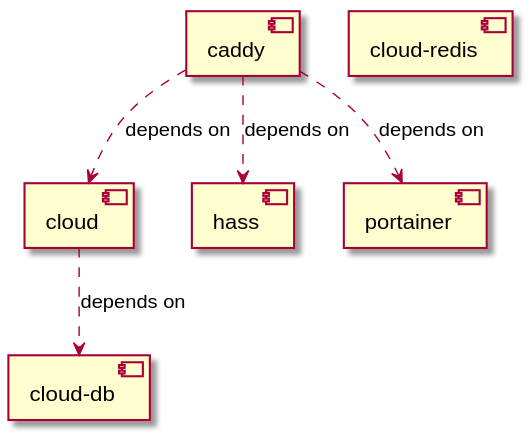
The PlantUML diagram services_graph.svg in CS-Tao/pi-services, before a commit.
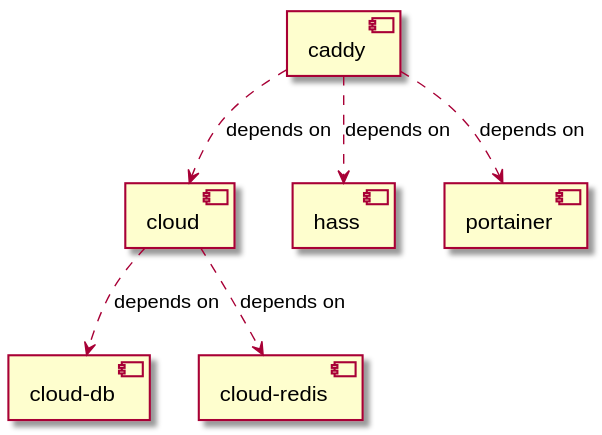
After the change.

Commit message:
Automated deployment: Mon Feb 10 13:03:29 UTC 2020 e1498e914d71a033a8df0020bf9247a3acbf8ca8

The edit, as a diff of the source:
```diff
@@ -10,5 +10,6 @@
 [caddy] ..> [hass] : depends on
 [caddy] ..> [portainer] : depends on
 [cloud] ..> [cloud-db] : depends on
+[cloud] ..> [cloud-redis] : depends on
 
 @enduml
```
